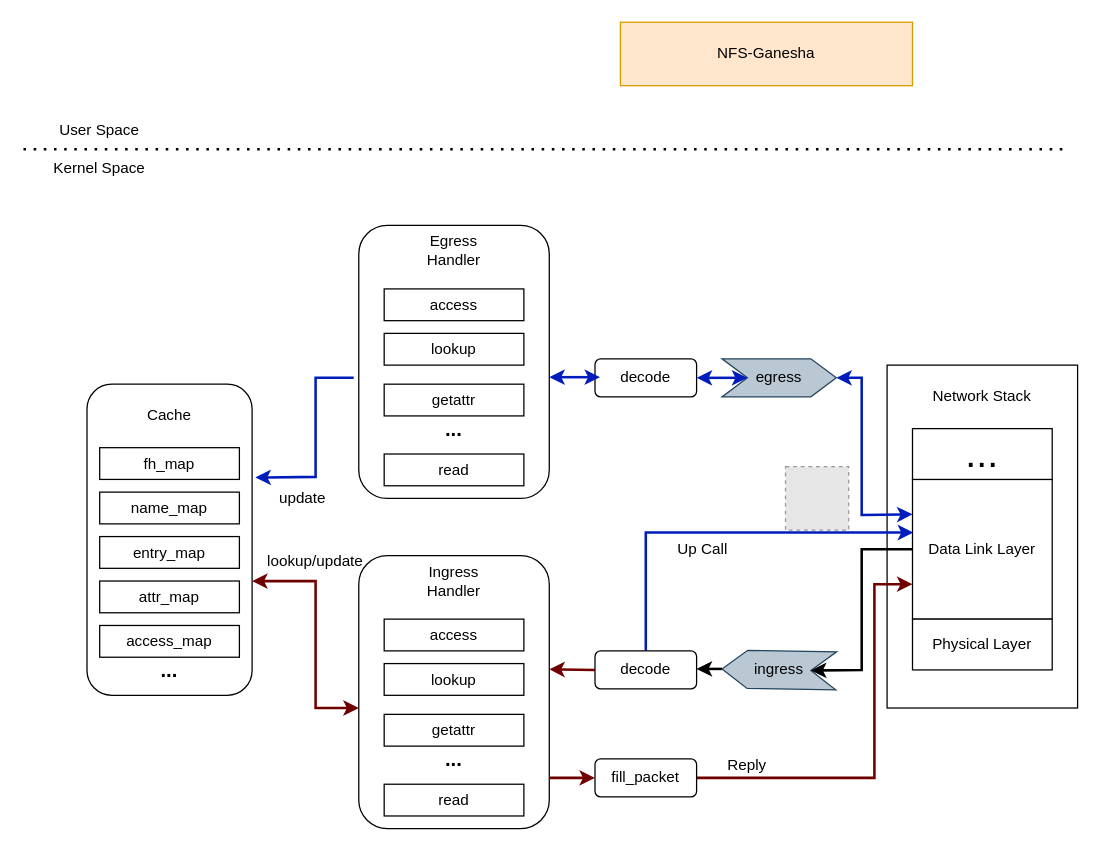
This is 决赛项目框架.drawio from Kakoyi945/cloud, a draw.io file, before an edit. Source tidied: cells renumbered, new cells numbered last; positions are measured from the earlier drawing's top-left corner, leaving out a move shared by most shapes. Both pictures are drawn from the tidied source at 127%, with x=0, y=0 at pixel (23, 22). Pictures stored in the file or linked from it are replaced by grey dashed boxes.
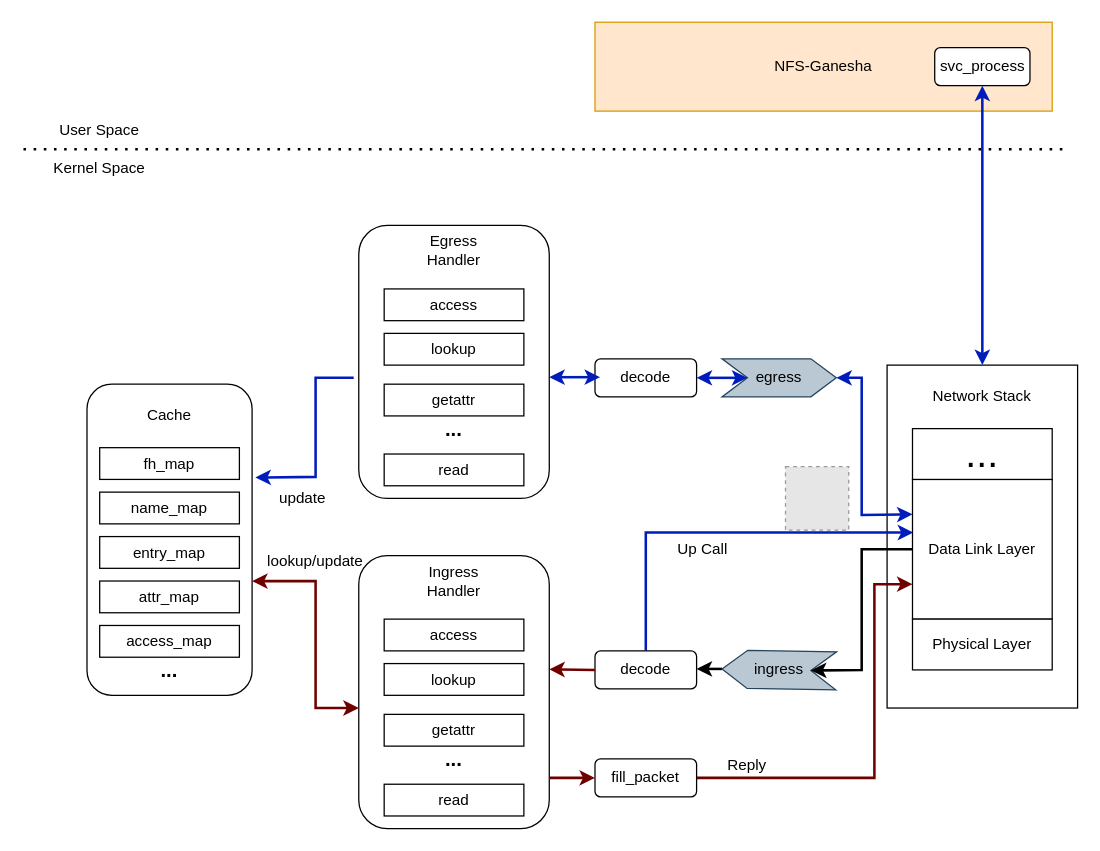
The same diagram, later.

Commit message (it also covers changes not shown here):
更新决赛项目框架.drawio

The change refers to these unchanged cells:
```xml
<mxCell id="2" style="rounded=0;whiteSpace=wrap;html=1;" parent="1" vertex="1">
  <mxGeometry x="680" y="270" width="150" height="270" as="geometry" />
</mxCell>
```

What changed in the source:
```diff
@@
     <mxCell id="6" value="NFS-Ganesha" style="rounded=0;whiteSpace=wrap;html=1;fillColor=#ffe6cc;strokeColor=#d79b00;" parent="1" vertex="1">
-      <mxGeometry x="470" width="230" height="50" as="geometry" />
+      <mxGeometry x="450" width="360" height="70" as="geometry" />
     </mxCell>
@@
+    <mxCell id="55" value="svc_process" style="rounded=1;whiteSpace=wrap;html=1;" parent="1" vertex="1">
+      <mxGeometry x="717.5" y="20" width="75" height="30" as="geometry" />
+    </mxCell>
+    <mxCell id="56" style="endArrow=classic;startArrow=classic;html=1;rounded=0;entryX=0.5;entryY=1;entryDx=0;entryDy=0;exitX=0.5;exitY=0;exitDx=0;exitDy=0;strokeWidth=2;fillColor=#0050ef;strokeColor=#001DBC;" parent="1" edge="1" source="2" target="55">
+      <mxGeometry relative="1" as="geometry" />
+    </mxCell>
```
